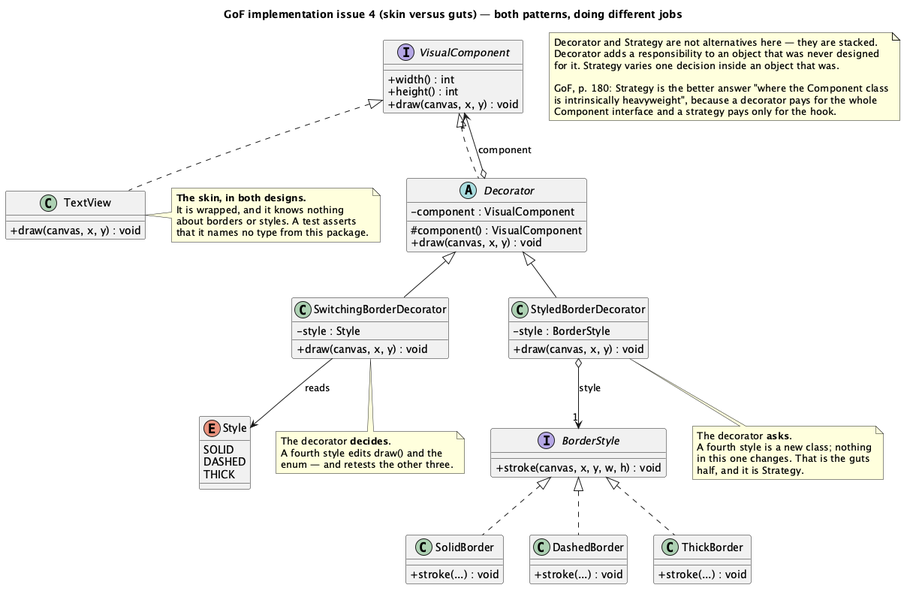
Above: src/main/java/dev/kaldiroglu/dp/structural/decorator/gof/visual/skinandguts/uml/Decorator-Visual-Skin-And-Guts.png in kaldiroglu/DesignPatternsWithJava (PlantUML), before the change. Its source is kept beside it as src/main/java/dev/kaldiroglu/dp/structural/decorator/gof/visual/skinandguts/uml/decorator-visual-skin-and-guts.puml.
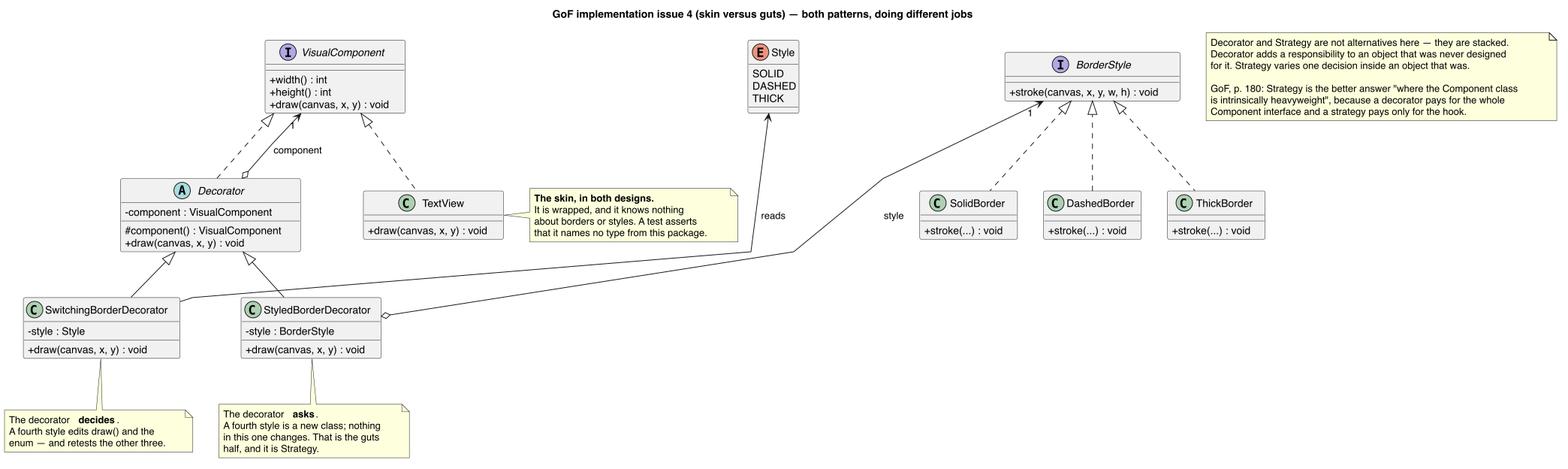
Later version of the same file.

Change to the diagram source:
```diff
@@ -1,4 +1,12 @@
 @startuml Decorator-Visual-Skin-And-Guts
+skinparam linetype polyline
+skinparam class {
+  BackgroundColor<<spacer>> transparent
+  BorderColor<<spacer>> transparent
+  FontColor<<spacer>> transparent
+}
+hide <<spacer>> stereotype
+hide <<spacer>> circle
 skinparam classAttributeIconSize 0
 title GoF implementation issue 4 (skin versus guts) — both patterns, doing different jobs
 
@@ -20,7 +28,6 @@
 
 VisualComponent <|.. TextView
 VisualComponent <|.. Decorator
-Decorator o--> "1" VisualComponent : component
 
 class SwitchingBorderDecorator {
   - style : Style
@@ -56,8 +63,6 @@
 
 Decorator <|-- SwitchingBorderDecorator
 Decorator <|-- StyledBorderDecorator
-SwitchingBorderDecorator --> Style : reads
-StyledBorderDecorator o--> "1" BorderStyle : style
 BorderStyle <|.. SolidBorder
 BorderStyle <|.. DashedBorder
 BorderStyle <|.. ThickBorder
@@ -92,4 +97,21 @@
   Component interface and a strategy pays only for the hook.
 end note
 
+class " " as Spacer1 <<spacer>>
+VisualComponent -[hidden]- Spacer1
+VisualComponent -[hidden]- Spacer1
+Decorator -[hidden]right- Spacer1
+Spacer1 -[hidden]right- TextView
+class " " as Spacer2 <<spacer>>
+Decorator -[hidden]- Spacer2
+Decorator -[hidden]- Spacer2
+SwitchingBorderDecorator -[hidden]right- Spacer2
+Spacer2 -[hidden]right- StyledBorderDecorator
+BorderStyle -[hidden]- DashedBorder
+BorderStyle -[hidden]- DashedBorder
+SolidBorder -[hidden]right- DashedBorder
+DashedBorder -[hidden]right- ThickBorder
+Decorator o-[norank]-> "1" VisualComponent : component
+SwitchingBorderDecorator -[norank]-> Style : reads
+StyledBorderDecorator o-[norank]-> "1" BorderStyle : style
 @enduml
```
